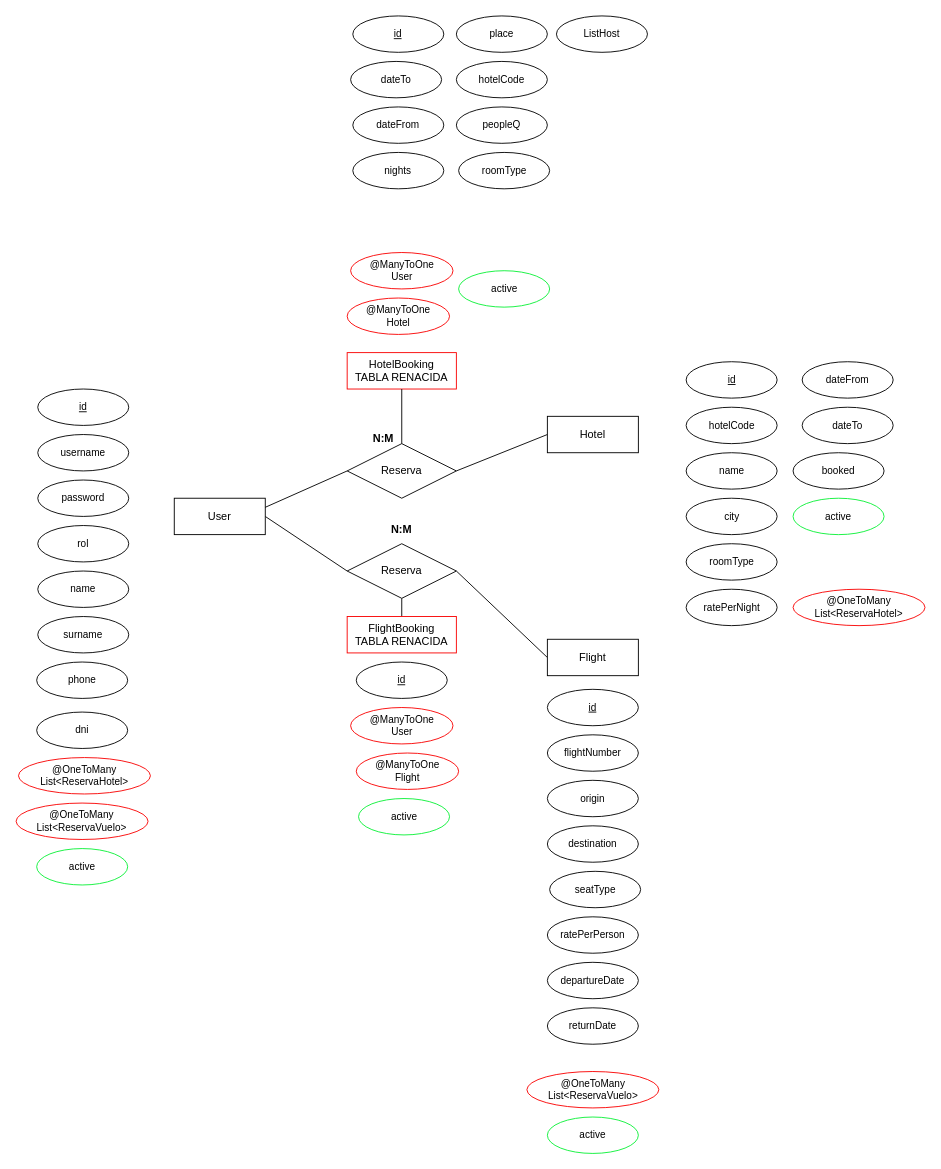
The draw.io diagram Diagrama.drawio in AlbertoArroyoS/albertoArroyo_pruebatec4, before the edit. Source tidied: cells renumbered, new cells numbered last; positions are measured from the earlier drawing's top-left corner, leaving out a move shared by most shapes. Both pictures are drawn from the tidied source at 91%, with x=0, y=0 at pixel (15, 15).
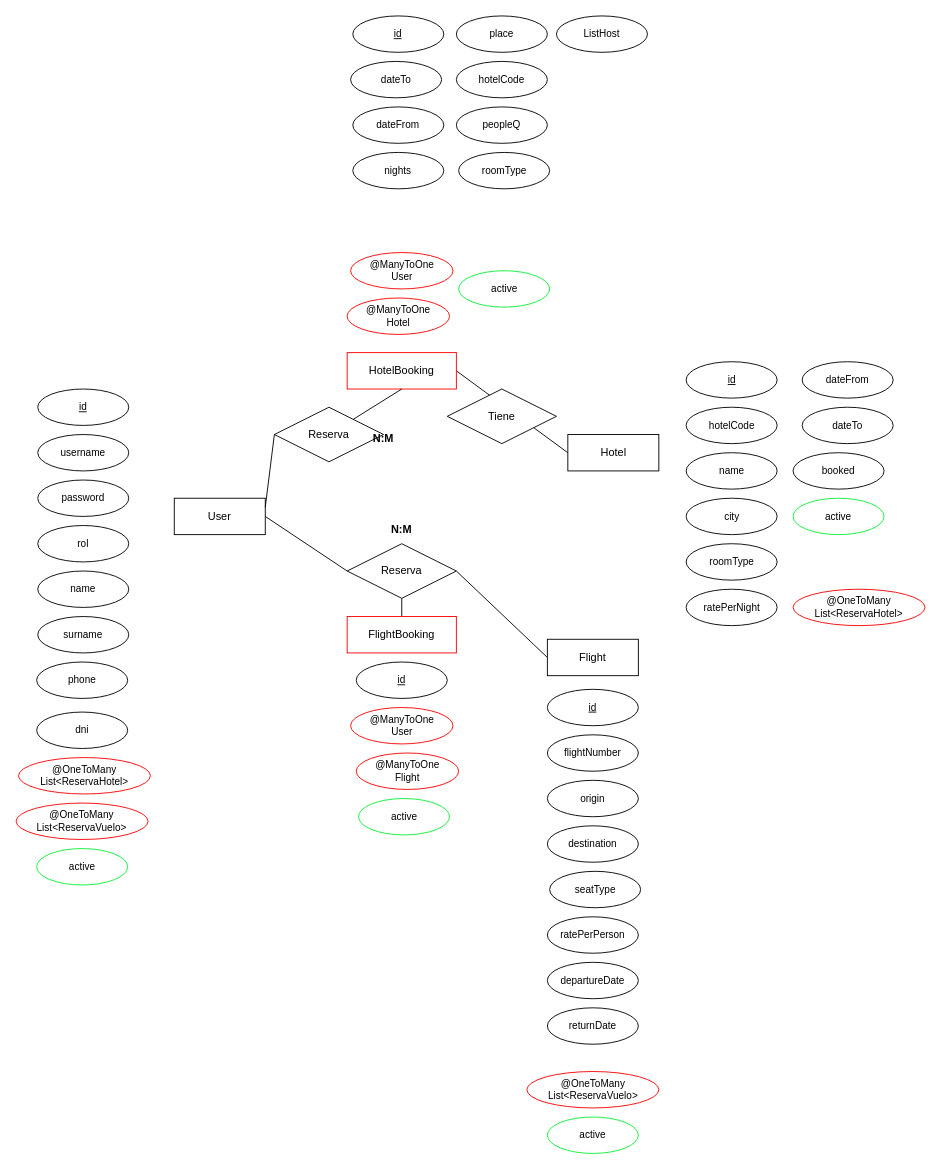
Above is the later version.

Commit message (it also covers changes not shown here):
Add many-to-many relationship include passengers between FlightBooking and User, and update HotelBooking to include hosts

What changed in the source:
```diff
@@
-    <mxCell id="4" style="edgeStyle=none;shape=connector;rounded=0;jettySize=auto;html=1;exitX=1;exitY=0.5;exitDx=0;exitDy=0;entryX=0;entryY=0.5;entryDx=0;entryDy=0;strokeColor=default;align=center;verticalAlign=middle;fontFamily=Helvetica;fontSize=11;fontColor=default;labelBackgroundColor=default;endArrow=none;" parent="1" edge="1" source="5" target="6">
+    <mxCell id="4" style="edgeStyle=none;shape=connector;rounded=0;jettySize=auto;html=1;exitX=1;exitY=0.5;exitDx=0;exitDy=0;entryX=0;entryY=0.5;entryDx=0;entryDy=0;strokeColor=default;align=center;verticalAlign=middle;fontFamily=Helvetica;fontSize=11;fontColor=default;labelBackgroundColor=default;endArrow=none;" parent="1" edge="1" source="11" target="6">
       <mxGeometry relative="1" as="geometry" />
     </mxCell>
     <mxCell id="5" value="Reserva" style="shape=rhombus;perimeter=rhombusPerimeter;whiteSpace=wrap;html=1;align=center;" parent="1" vertex="1">
-      <mxGeometry x="364" y="470" width="120" height="60" as="geometry" />
+      <mxGeometry x="284" y="430" width="120" height="60" as="geometry" />
     </mxCell>
     <mxCell id="6" value="Hotel" style="whiteSpace=wrap;html=1;align=center;" parent="1" vertex="1">
-      <mxGeometry x="584" y="440" width="100" height="40" as="geometry" />
+      <mxGeometry x="606.5" y="460" width="100" height="40" as="geometry" />
     </mxCell>
@@
-    <mxCell id="11" value="HotelBooking&lt;div&gt;TABLA RENACIDA&lt;/div&gt;" style="whiteSpace=wrap;html=1;align=center;strokeColor=light-dark(#f90101, #ededed);" parent="1" vertex="1">
+    <mxCell id="11" value="HotelBooking" style="whiteSpace=wrap;html=1;align=center;strokeColor=light-dark(#f90101, #ededed);" parent="1" vertex="1">
       <mxGeometry x="364" y="370" width="120" height="40" as="geometry" />
     </mxCell>
-    <mxCell id="12" value="FlightBooking&lt;div&gt;TABLA RENACIDA&lt;/div&gt;" style="whiteSpace=wrap;html=1;align=center;strokeColor=light-dark(#f90101, #ededed);" parent="1" vertex="1">
+    <mxCell id="12" value="FlightBooking" style="whiteSpace=wrap;html=1;align=center;strokeColor=light-dark(#f90101, #ededed);" parent="1" vertex="1">
       <mxGeometry x="364" y="660" width="120" height="40" as="geometry" />
     </mxCell>
@@
+    <mxCell id="65" value="Tiene" style="shape=rhombus;perimeter=rhombusPerimeter;whiteSpace=wrap;html=1;align=center;" parent="1" vertex="1">
+      <mxGeometry x="474" y="410" width="120" height="60" as="geometry" />
+    </mxCell>
```
